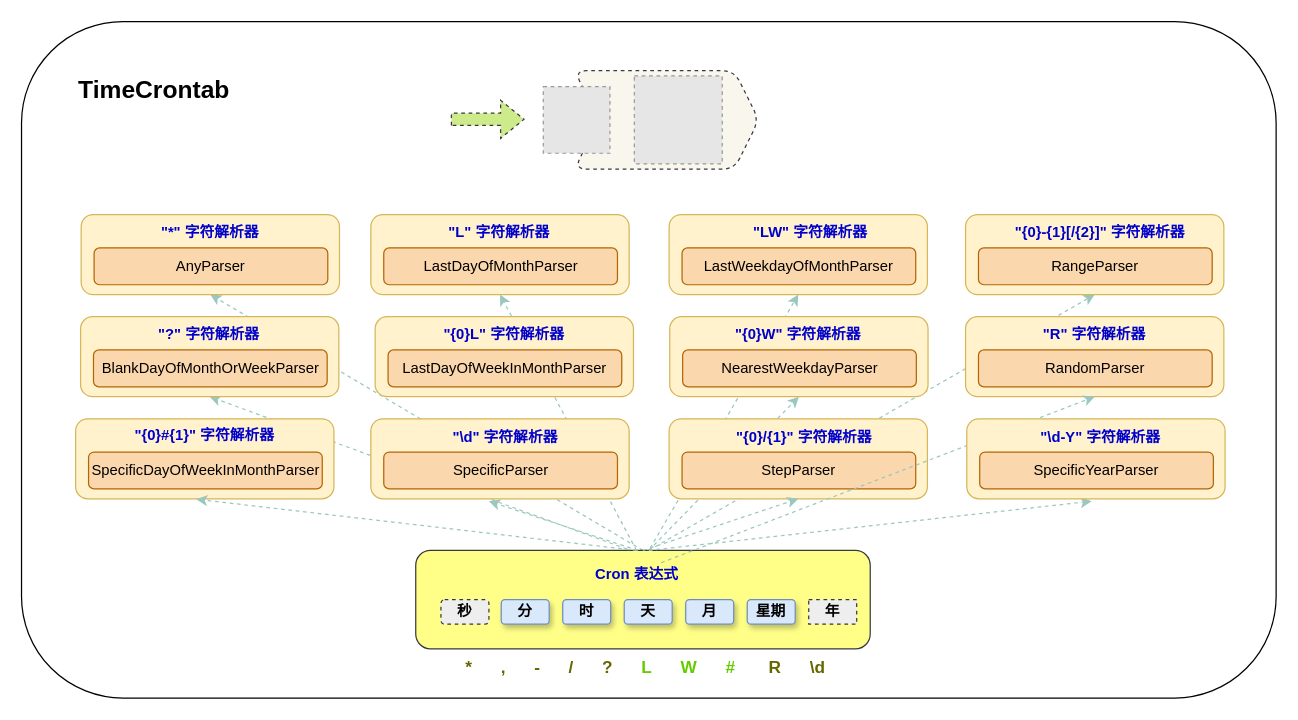
This is drawio/TimeCrontab.drawio from MonkSoul/TimeCrontab, a draw.io file, before an edit. Source tidied: cells renumbered, new cells numbered last; positions are measured from the earlier drawing's top-left corner, leaving out a move shared by most shapes. Both pictures are drawn from the tidied source at 123%, with x=0, y=0 at pixel (21, 21). Pictures stored in the file or linked from it are replaced by grey dashed boxes.
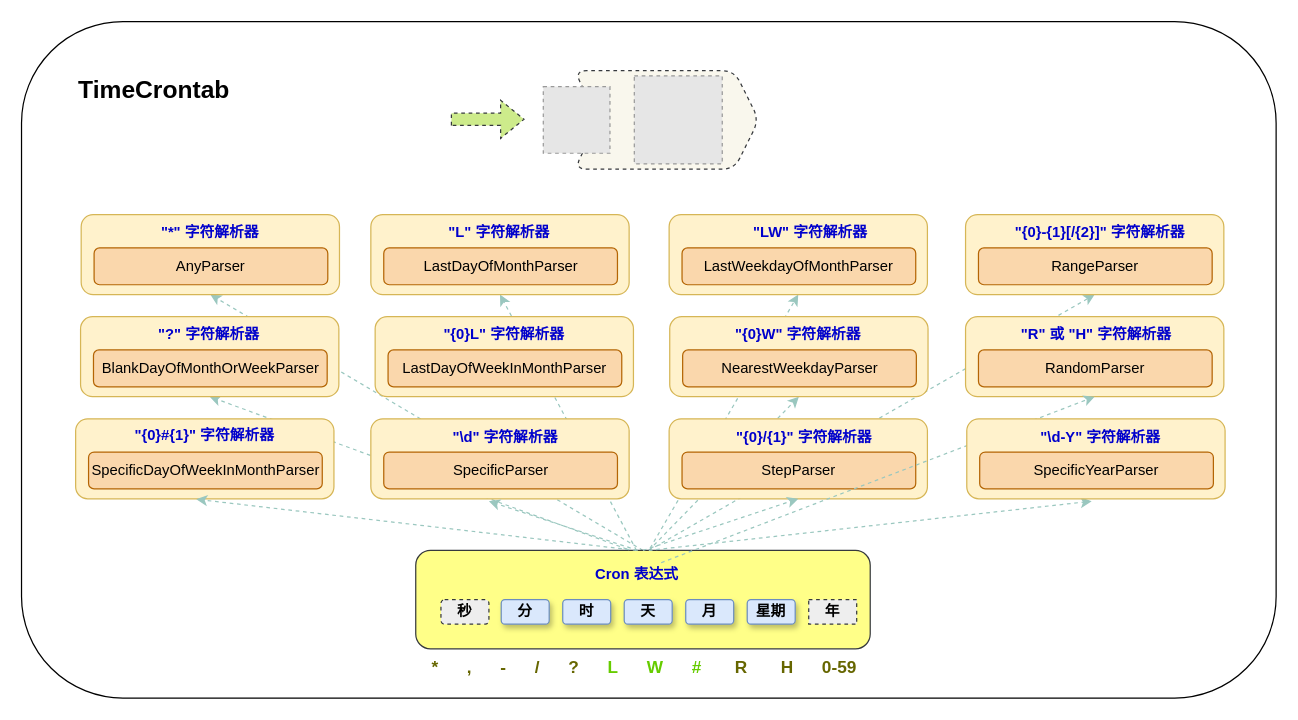
After the change.

Commit message (it also covers changes not shown here):
😊 更新架构图

Diff of the diagram source:
```diff
@@
-    <mxCell id="55" value="*&amp;nbsp; &amp;nbsp; &amp;nbsp; ,&amp;nbsp; &amp;nbsp; &amp;nbsp; -&amp;nbsp; &amp;nbsp; &amp;nbsp; /&amp;nbsp; &amp;nbsp; &amp;nbsp; ?&amp;nbsp; &amp;nbsp; &amp;nbsp; &lt;font color=&quot;#66cc00&quot;&gt;L&amp;nbsp; &amp;nbsp; &amp;nbsp; W&amp;nbsp; &amp;nbsp; &amp;nbsp; #&lt;/font&gt;&amp;nbsp; &amp;nbsp; &amp;nbsp; &amp;nbsp;R&amp;nbsp; &amp;nbsp; &amp;nbsp; \d" style="text;html=1;strokeColor=none;fillColor=none;align=center;verticalAlign=middle;whiteSpace=wrap;rounded=0;fontColor=#666600;spacingLeft=3;fontSize=14;fontStyle=1;shadow=0;glass=0;sketch=0;labelBackgroundColor=none;labelBorderColor=none;" parent="1" vertex="1">
-      <mxGeometry x="350.5" y="510" width="309.5" height="30" as="geometry" />
+    <mxCell id="55" value="*&amp;nbsp; &amp;nbsp; &amp;nbsp; ,&amp;nbsp; &amp;nbsp; &amp;nbsp; -&amp;nbsp; &amp;nbsp; &amp;nbsp; /&amp;nbsp; &amp;nbsp; &amp;nbsp; ?&amp;nbsp; &amp;nbsp; &amp;nbsp; &lt;font color=&quot;#66cc00&quot;&gt;L&amp;nbsp; &amp;nbsp; &amp;nbsp; W&amp;nbsp; &amp;nbsp; &amp;nbsp; #&lt;/font&gt;&amp;nbsp; &amp;nbsp; &amp;nbsp; &amp;nbsp;R&amp;nbsp; &amp;nbsp; &amp;nbsp; &amp;nbsp;H&amp;nbsp; &amp;nbsp; &amp;nbsp; 0-59" style="text;html=1;strokeColor=none;fillColor=none;align=center;verticalAlign=middle;whiteSpace=wrap;rounded=0;fontColor=#666600;spacingLeft=3;fontSize=14;fontStyle=1;shadow=0;glass=0;sketch=0;labelBackgroundColor=none;labelBorderColor=none;" parent="1" vertex="1">
+      <mxGeometry x="319.5" y="510" width="370" height="30" as="geometry" />
     </mxCell>
@@
-    <mxCell id="58" value="&quot;R&quot; 字符解析器" style="text;html=1;strokeColor=none;fillColor=none;align=center;verticalAlign=middle;whiteSpace=wrap;rounded=0;fontStyle=1;fontColor=#0000CC;" parent="1" vertex="1">
-      <mxGeometry x="816.5" y="240" width="111" height="30" as="geometry" />
+    <mxCell id="58" value="&quot;R&quot; 或 &quot;H&quot; 字符解析器" style="text;html=1;strokeColor=none;fillColor=none;align=center;verticalAlign=middle;whiteSpace=wrap;rounded=0;fontStyle=1;fontColor=#0000CC;" parent="1" vertex="1">
+      <mxGeometry x="807.2" y="240" width="133.5" height="30" as="geometry" />
     </mxCell>
```
